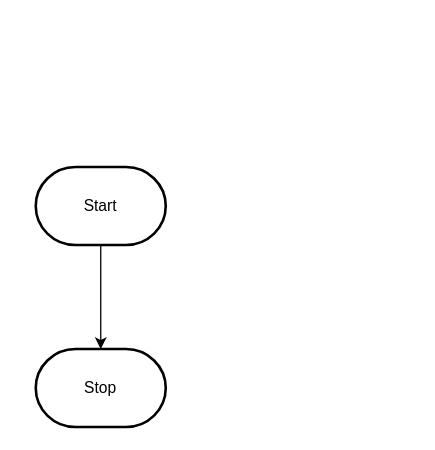
Earlier version of the draw.io diagram design/flowchart.drawio (MTHS-ICS2O-2-2022/ICS2O-Unit-3-03-Mohamad-Tanbari). Source tidied: cells renumbered, new cells numbered last; positions are measured from the earlier drawing's top-left corner, leaving out a move shared by most shapes. Both pictures are drawn from the tidied source at 130%, with x=0, y=0 at pixel (35, 166).
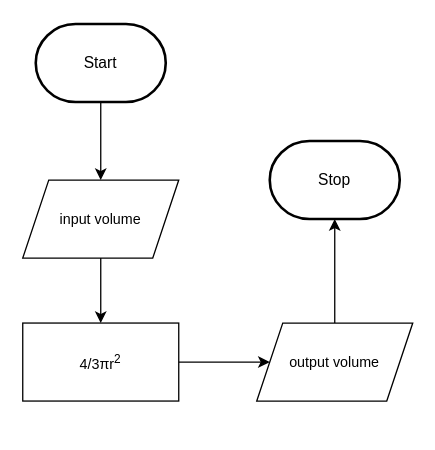
The same page after the edit.

Change to the diagram source:
```diff
@@
 <mxGraphModel>
   <root>
     <mxCell id="0" />
     <mxCell id="1" parent="0" />
-    <mxCell id="2" style="edgeStyle=orthogonalEdgeStyle;html=1;rounded=0;" parent="1" edge="1" source="3" target="4">
-      <mxGeometry relative="1" as="geometry" />
+    <mxCell id="2" style="edgeStyle=orthogonalEdgeStyle;html=1;rounded=0;" parent="1" edge="1" source="3">
+      <mxGeometry relative="1" as="geometry">
+        <mxPoint x="50" y="10" as="targetPoint" />
+      </mxGeometry>
     </mxCell>
     <mxCell id="3" value="Start" style="strokeWidth=2;html=1;shape=mxgraph.flowchart.terminator;whiteSpace=wrap;" parent="1" vertex="1">
-      <mxGeometry width="100" height="60" as="geometry" />
+      <mxGeometry y="-110" width="100" height="60" as="geometry" />
     </mxCell>
     <mxCell id="4" value="Stop" style="strokeWidth=2;html=1;shape=mxgraph.flowchart.terminator;whiteSpace=wrap;" parent="1" vertex="1">
-      <mxGeometry y="140" width="100" height="60" as="geometry" />
+      <mxGeometry x="180" y="-20" width="100" height="60" as="geometry" />
     </mxCell>
+    <mxCell id="5" style="edgeStyle=orthogonalEdgeStyle;shape=connector;rounded=0;html=1;labelBackgroundColor=default;strokeColor=default;fontFamily=Helvetica;fontSize=11;fontColor=default;endArrow=classic;" parent="1" edge="1" source="6">
+      <mxGeometry relative="1" as="geometry">
+        <mxPoint x="50" y="120" as="targetPoint" />
+      </mxGeometry>
+    </mxCell>
+    <mxCell id="6" value="input volume" style="shape=parallelogram;perimeter=parallelogramPerimeter;whiteSpace=wrap;html=1;fixedSize=1;fontFamily=Helvetica;fontSize=11;fontColor=default;" parent="1" vertex="1">
+      <mxGeometry x="-10" y="10" width="120" height="60" as="geometry" />
+    </mxCell>
+    <mxCell id="7" style="edgeStyle=orthogonalEdgeStyle;shape=connector;rounded=0;html=1;entryX=0;entryY=0.5;entryDx=0;entryDy=0;labelBackgroundColor=default;strokeColor=default;fontFamily=Helvetica;fontSize=11;fontColor=default;endArrow=classic;" parent="1" edge="1" source="8" target="10">
+      <mxGeometry relative="1" as="geometry" />
+    </mxCell>
+    <mxCell id="8" value="4/3πr&lt;sup&gt;2&lt;/sup&gt;" style="rounded=0;whiteSpace=wrap;html=1;fontFamily=Helvetica;fontSize=11;fontColor=default;" parent="1" vertex="1">
+      <mxGeometry x="-10" y="120" width="120" height="60" as="geometry" />
+    </mxCell>
+    <mxCell id="9" style="edgeStyle=orthogonalEdgeStyle;shape=connector;rounded=0;html=1;entryX=0.5;entryY=1;entryDx=0;entryDy=0;entryPerimeter=0;labelBackgroundColor=default;strokeColor=default;fontFamily=Helvetica;fontSize=11;fontColor=default;endArrow=classic;" parent="1" edge="1" source="10" target="4">
+      <mxGeometry relative="1" as="geometry" />
+    </mxCell>
+    <mxCell id="10" value="output volume" style="shape=parallelogram;perimeter=parallelogramPerimeter;whiteSpace=wrap;html=1;fixedSize=1;fontFamily=Helvetica;fontSize=11;fontColor=default;" parent="1" vertex="1">
+      <mxGeometry x="170" y="120" width="120" height="60" as="geometry" />
+    </mxCell>
   </root>
 </mxGraphModel>
```
